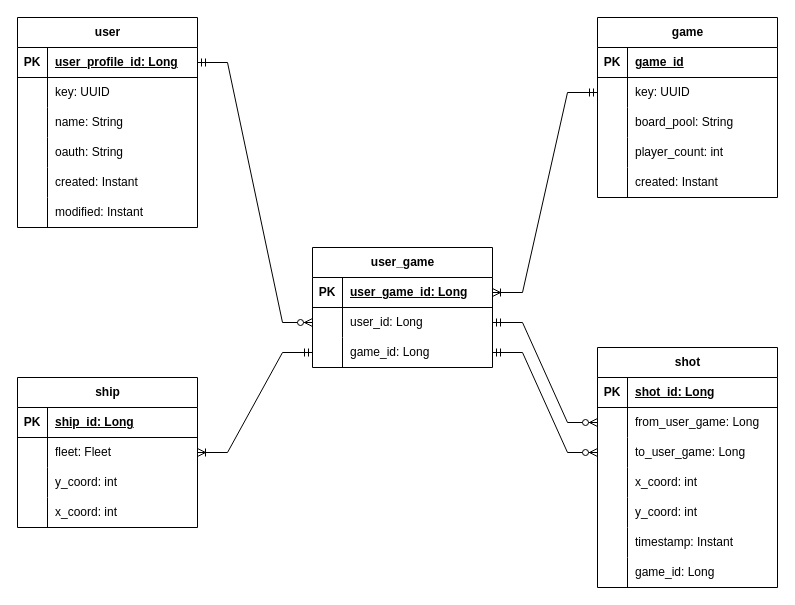
The draw.io diagram docs/work/erd.drawio in ddc-java-17/cutthroat-battleship-docs, before the edit. Source tidied: cells renumbered, new cells numbered last; positions are measured from the earlier drawing's top-left corner, leaving out a move shared by most shapes. Both pictures are drawn from the tidied source at 100%, with x=0, y=0 at pixel (17, 17).
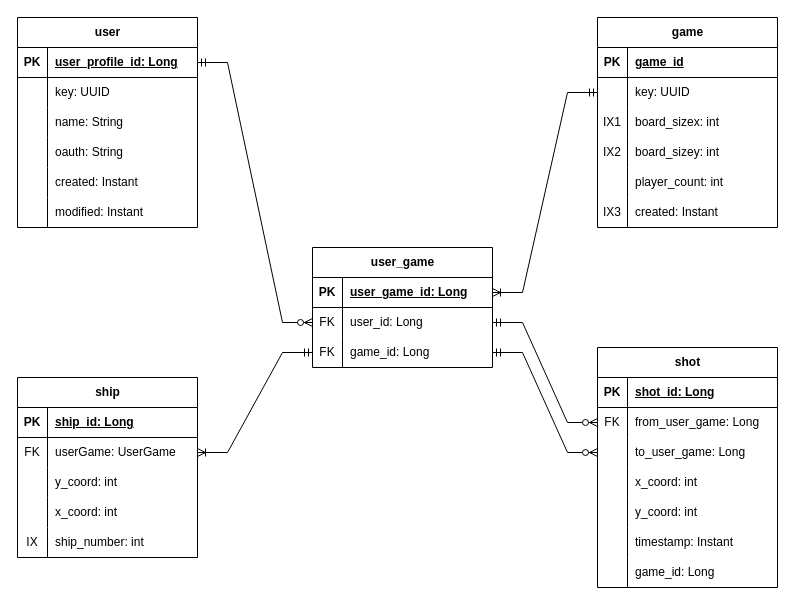
The same diagram, later.

Commit message (it also covers changes not shown here):
Modified ERD and removed links to fleet entity

The change refers to these unchanged cells:
```xml
<mxCell id="28" style="shape=tableRow;horizontal=0;startSize=0;swimlaneHead=0;swimlaneBody=0;fillColor=none;top=0;left=0;right=0;bottom=0;" parent="21" vertex="1">
  <mxGeometry y="90" width="180" height="30" as="geometry" />
</mxCell>
<mxCell id="31" style="shape=tableRow;horizontal=0;startSize=0;swimlaneHead=0;swimlaneBody=0;fillColor=none;top=0;left=0;right=0;bottom=0;" parent="21" vertex="1">
  <mxGeometry y="120" width="180" height="30" as="geometry" />
</mxCell>
<mxCell id="34" style="shape=tableRow;horizontal=0;startSize=0;swimlaneHead=0;swimlaneBody=0;fillColor=none;top=0;left=0;right=0;bottom=0;" parent="21" vertex="1">
  <mxGeometry y="150" width="180" height="30" as="geometry" />
</mxCell>
<mxCell id="41" style="shape=tableRow;horizontal=0;startSize=0;swimlaneHead=0;swimlaneBody=0;fillColor=none;points=[[0,0.5],[1,0.5]];portConstraint=eastwest;top=0;left=0;right=0;bottom=0;" parent="37" vertex="1">
  <mxGeometry y="60" width="180" height="30" as="geometry" />
</mxCell>
<mxCell id="44" style="shape=tableRow;horizontal=0;startSize=0;swimlaneHead=0;swimlaneBody=0;fillColor=none;points=[[0,0.5],[1,0.5]];portConstraint=eastwest;top=0;left=0;right=0;bottom=0;" parent="37" vertex="1">
  <mxGeometry y="90" width="180" height="30" as="geometry" />
</mxCell>
<mxCell id="51" style="shape=tableRow;horizontal=0;startSize=0;swimlaneHead=0;swimlaneBody=0;fillColor=none;points=[[0,0.5],[1,0.5]];portConstraint=eastwest;top=0;left=0;right=0;bottom=0;" parent="47" vertex="1">
  <mxGeometry y="60" width="180" height="30" as="geometry" />
</mxCell>
<mxCell id="73" style="shape=tableRow;horizontal=0;startSize=0;swimlaneHead=0;swimlaneBody=0;fillColor=none;points=[[0,0.5],[1,0.5]];portConstraint=eastwest;top=0;left=0;right=0;bottom=0;" parent="69" vertex="1">
  <mxGeometry y="60" width="180" height="30" as="geometry" />
</mxCell>
```

What changed in the source:
```diff
@@
     <mxCell id="21" value="game" style="shape=table;startSize=30;childLayout=tableLayout;rowLines=0;fontStyle=1;align=center;html=1;" parent="1" vertex="1">
-      <mxGeometry x="580" width="180" height="180" as="geometry" />
+      <mxGeometry x="580" width="180" height="210" as="geometry" />
     </mxCell>
@@
-    <mxCell id="29" style="shape=partialRectangle;fillColor=none;top=0;left=0;bottom=0;right=0;overflow=hidden;whiteSpace=wrap;html=1;" parent="28" vertex="1">
+    <mxCell id="29" value="IX1" style="shape=partialRectangle;fillColor=none;top=0;left=0;bottom=0;right=0;overflow=hidden;whiteSpace=wrap;html=1;" parent="28" vertex="1">
       <mxGeometry width="30" height="30" as="geometry" />
     </mxCell>
-    <mxCell id="30" value="board_pool: String" style="shape=partialRectangle;fillColor=none;top=0;left=0;bottom=0;right=0;align=left;spacingLeft=6;overflow=hidden;whiteSpace=wrap;html=1;" parent="28" vertex="1">
+    <mxCell id="30" value="board_sizex: int" style="shape=partialRectangle;fillColor=none;top=0;left=0;bottom=0;right=0;align=left;spacingLeft=6;overflow=hidden;whiteSpace=wrap;html=1;" parent="28" vertex="1">
       <mxGeometry x="30" width="150" height="30" as="geometry" />
     </mxCell>
@@
-    <mxCell id="32" style="shape=partialRectangle;fillColor=none;top=0;left=0;bottom=0;right=0;overflow=hidden;whiteSpace=wrap;html=1;" parent="31" vertex="1">
+    <mxCell id="32" value="IX2" style="shape=partialRectangle;fillColor=none;top=0;left=0;bottom=0;right=0;overflow=hidden;whiteSpace=wrap;html=1;" parent="31" vertex="1">
       <mxGeometry width="30" height="30" as="geometry" />
     </mxCell>
-    <mxCell id="33" value="player_count: int" style="shape=partialRectangle;fillColor=none;top=0;left=0;bottom=0;right=0;align=left;spacingLeft=6;overflow=hidden;whiteSpace=wrap;html=1;" parent="31" vertex="1">
+    <mxCell id="33" value="board_sizey: int" style="shape=partialRectangle;fillColor=none;top=0;left=0;bottom=0;right=0;align=left;spacingLeft=6;overflow=hidden;whiteSpace=wrap;html=1;" parent="31" vertex="1">
       <mxGeometry x="30" width="150" height="30" as="geometry" />
     </mxCell>
@@
-    <mxCell id="36" value="created: Instant" style="shape=partialRectangle;fillColor=none;top=0;left=0;bottom=0;right=0;align=left;spacingLeft=6;overflow=hidden;whiteSpace=wrap;html=1;" parent="34" vertex="1">
+    <mxCell id="36" value="player_count: int" style="shape=partialRectangle;fillColor=none;top=0;left=0;bottom=0;right=0;align=left;spacingLeft=6;overflow=hidden;whiteSpace=wrap;html=1;" parent="34" vertex="1">
       <mxGeometry x="30" width="150" height="30" as="geometry" />
     </mxCell>
+    <mxCell id="87" style="shape=tableRow;horizontal=0;startSize=0;swimlaneHead=0;swimlaneBody=0;fillColor=none;top=0;left=0;right=0;bottom=0;" parent="21" vertex="1">
+      <mxGeometry y="180" width="180" height="30" as="geometry" />
+    </mxCell>
+    <mxCell id="88" value="IX3" style="shape=partialRectangle;fillColor=none;top=0;left=0;bottom=0;right=0;overflow=hidden;whiteSpace=wrap;html=1;" parent="87" vertex="1">
+      <mxGeometry width="30" height="30" as="geometry" />
+    </mxCell>
+    <mxCell id="89" value="created: Instant" style="shape=partialRectangle;fillColor=none;top=0;left=0;bottom=0;right=0;align=left;spacingLeft=6;overflow=hidden;whiteSpace=wrap;html=1;" parent="87" vertex="1">
+      <mxGeometry x="30" width="150" height="30" as="geometry" />
+    </mxCell>
@@
-    <mxCell id="42" style="shape=partialRectangle;fillColor=none;top=0;left=0;bottom=0;right=0;overflow=hidden;whiteSpace=wrap;html=1;" parent="41" vertex="1">
+    <mxCell id="42" value="FK" style="shape=partialRectangle;fillColor=none;top=0;left=0;bottom=0;right=0;overflow=hidden;whiteSpace=wrap;html=1;" parent="41" vertex="1">
       <mxGeometry width="30" height="30" as="geometry" />
     </mxCell>
@@
-    <mxCell id="45" style="shape=partialRectangle;fillColor=none;top=0;left=0;bottom=0;right=0;overflow=hidden;whiteSpace=wrap;html=1;" parent="44" vertex="1">
+    <mxCell id="45" value="FK" style="shape=partialRectangle;fillColor=none;top=0;left=0;bottom=0;right=0;overflow=hidden;whiteSpace=wrap;html=1;" parent="44" vertex="1">
       <mxGeometry width="30" height="30" as="geometry" />
     </mxCell>
@@
-    <mxCell id="52" style="shape=partialRectangle;fillColor=none;top=0;left=0;bottom=0;right=0;overflow=hidden;whiteSpace=wrap;html=1;" parent="51" vertex="1">
+    <mxCell id="52" value="FK" style="shape=partialRectangle;fillColor=none;top=0;left=0;bottom=0;right=0;overflow=hidden;whiteSpace=wrap;html=1;" parent="51" vertex="1">
       <mxGeometry width="30" height="30" as="geometry" />
     </mxCell>
@@
     <mxCell id="69" value="ship" style="shape=table;startSize=30;childLayout=tableLayout;rowLines=0;fontStyle=1;align=center;html=1;" parent="1" vertex="1">
-      <mxGeometry y="360" width="180" height="150" as="geometry" />
+      <mxGeometry y="360" width="180" height="180" as="geometry" />
     </mxCell>
@@
-    <mxCell id="74" style="shape=partialRectangle;fillColor=none;top=0;left=0;bottom=0;right=0;overflow=hidden;whiteSpace=wrap;html=1;" parent="73" vertex="1">
+    <mxCell id="74" value="FK" style="shape=partialRectangle;fillColor=none;top=0;left=0;bottom=0;right=0;overflow=hidden;whiteSpace=wrap;html=1;" parent="73" vertex="1">
       <mxGeometry width="30" height="30" as="geometry" />
     </mxCell>
-    <mxCell id="75" value="fleet: Fleet" style="shape=partialRectangle;fillColor=none;top=0;left=0;bottom=0;right=0;align=left;spacingLeft=6;overflow=hidden;whiteSpace=wrap;html=1;" parent="73" vertex="1">
+    <mxCell id="75" value="userGame: UserGame" style="shape=partialRectangle;fillColor=none;top=0;left=0;bottom=0;right=0;align=left;spacingLeft=6;overflow=hidden;whiteSpace=wrap;html=1;" parent="73" vertex="1">
       <mxGeometry x="30" width="150" height="30" as="geometry" />
     </mxCell>
@@
+    <mxCell id="90" style="shape=tableRow;horizontal=0;startSize=0;swimlaneHead=0;swimlaneBody=0;fillColor=none;top=0;left=0;right=0;bottom=0;" parent="69" vertex="1">
+      <mxGeometry y="150" width="180" height="30" as="geometry" />
+    </mxCell>
+    <mxCell id="91" value="IX" style="shape=partialRectangle;fillColor=none;top=0;left=0;bottom=0;right=0;overflow=hidden;whiteSpace=wrap;html=1;" parent="90" vertex="1">
+      <mxGeometry width="30" height="30" as="geometry" />
+    </mxCell>
+    <mxCell id="92" value="ship_number: int" style="shape=partialRectangle;fillColor=none;top=0;left=0;bottom=0;right=0;align=left;spacingLeft=6;overflow=hidden;whiteSpace=wrap;html=1;" parent="90" vertex="1">
+      <mxGeometry x="30" width="150" height="30" as="geometry" />
+    </mxCell>
```
